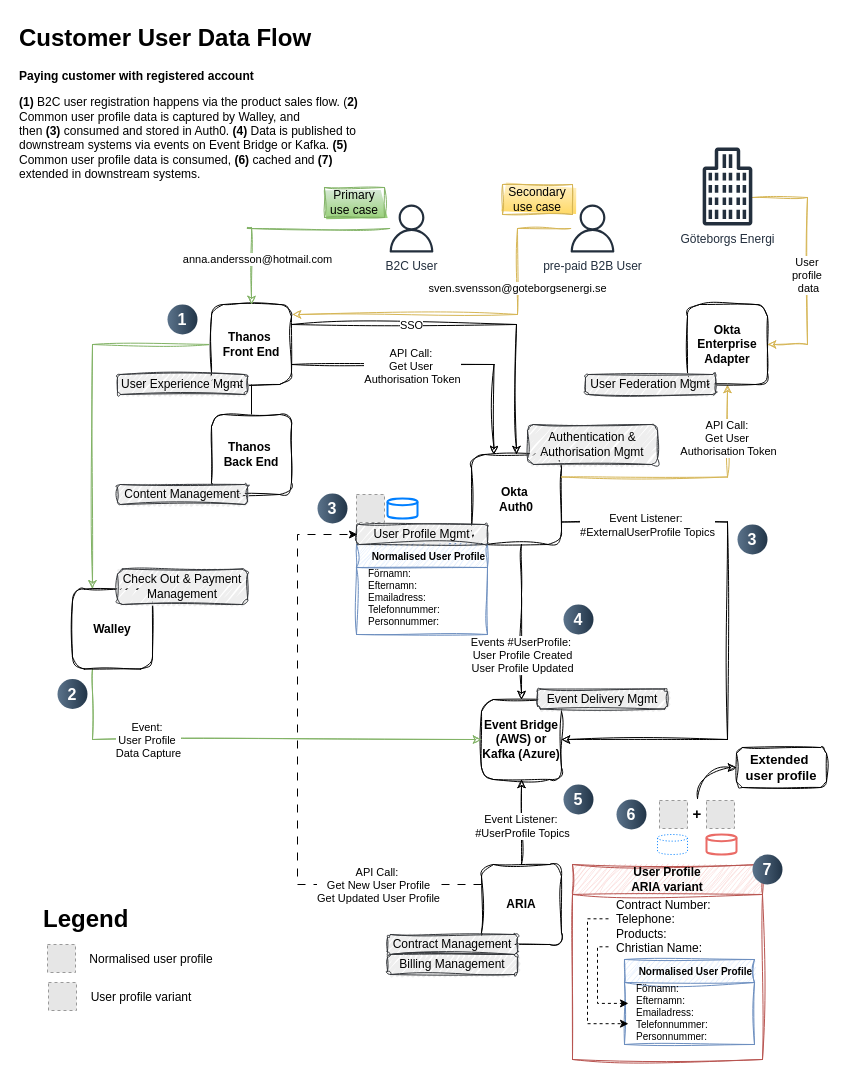
SLM-Development/diagrams keeps this draw.io diagram as page "Paying customers" (2 of 2) of Customer user data flow - to-be scenario.drawio. Above is the earlier version. Source tidied: cells renumbered, new cells numbered last; positions are measured from the earlier drawing's top-left corner, leaving out a move shared by most shapes. Both pictures are drawn from the tidied source at 100%, with x=0, y=0 at pixel (17, 17). Pictures stored in the file or linked from it are replaced by grey dashed boxes.
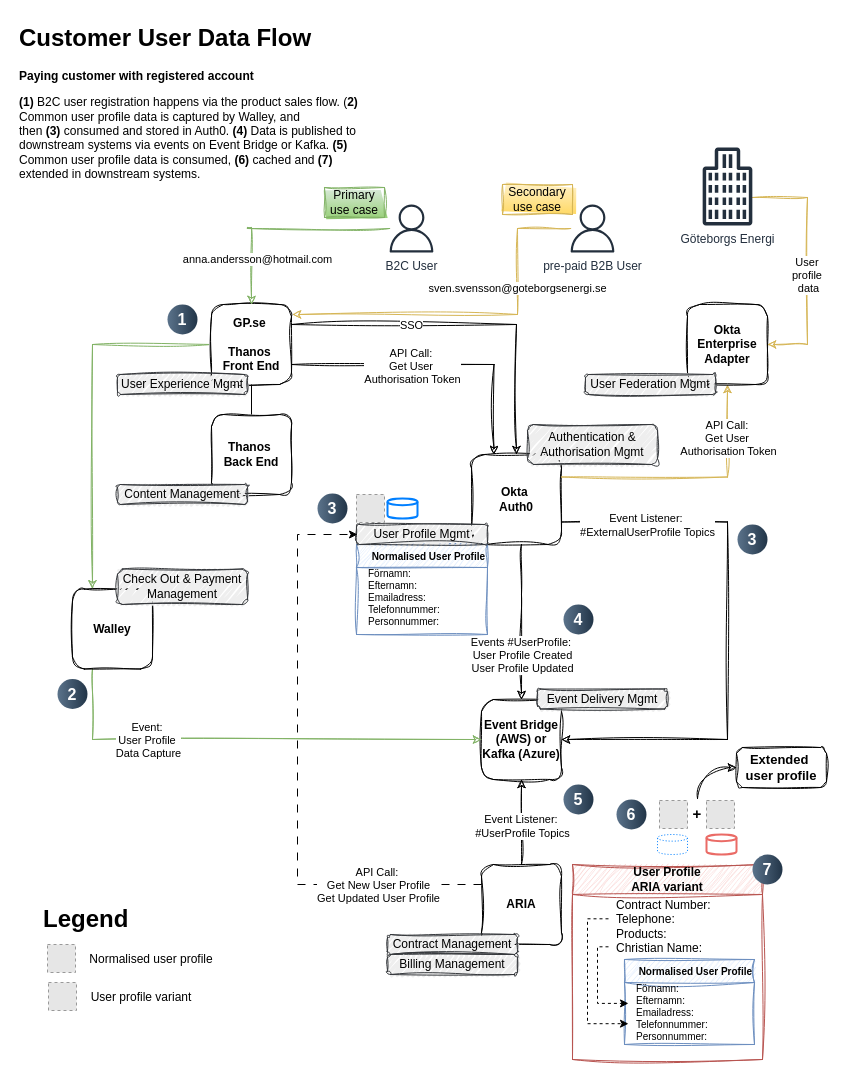
After the change.

Change to the diagram source:
```diff
@@
-    <mxCell id="7" value="Thanos&amp;nbsp;&lt;div&gt;Front End&lt;/div&gt;" style="whiteSpace=wrap;html=1;strokeColor=#000000;fontStyle=1;sketch=1;curveFitting=1;jiggle=2;rounded=1;glass=0;" parent="1" vertex="1">
+    <mxCell id="7" value="GP.se&amp;nbsp;&lt;div&gt;&lt;br&gt;&lt;div&gt;Thanos&amp;nbsp;&lt;br&gt;&lt;/div&gt;&lt;div&gt;&lt;div&gt;Front End&lt;/div&gt;&lt;/div&gt;&lt;/div&gt;" style="whiteSpace=wrap;html=1;strokeColor=#000000;fontStyle=1;sketch=1;curveFitting=1;jiggle=2;rounded=1;glass=0;align=center;" parent="1" vertex="1">
       <mxGeometry x="194" y="287" width="80" height="80" as="geometry" />
     </mxCell>
```
